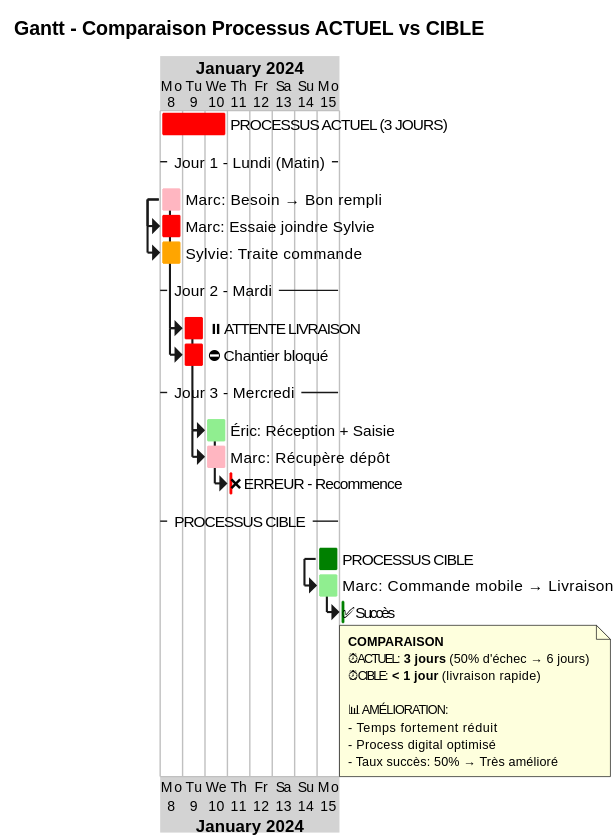
Earlier version of the PlantUML export Dossier_Travail/Services/Achats-Logistique/uml/svg/Gantt_Comparaison_Actuel_Cible.svg (JordanSerafini/Audit_Duret).
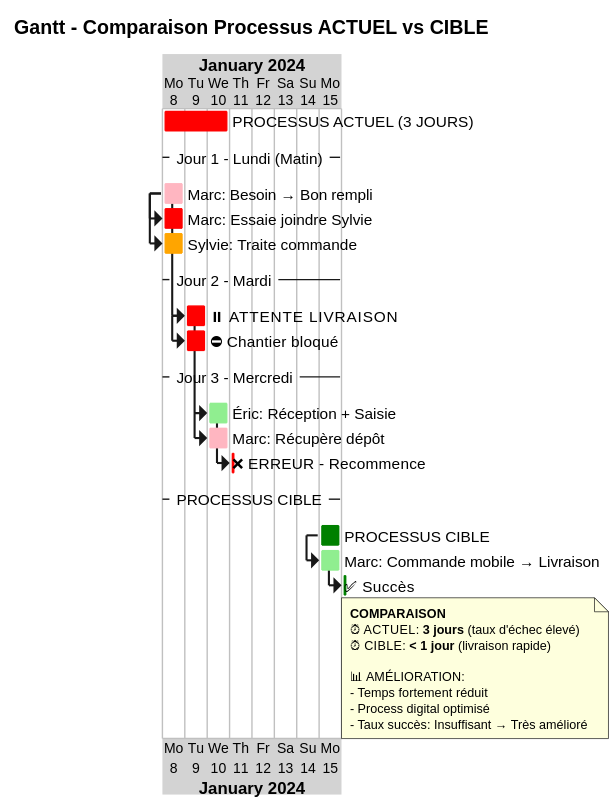
Later version of the same file.

Diff of the diagram source:
```diff
@@ -38,13 +38,13 @@
 
 note bottom
   **COMPARAISON**
-  ⏰ ACTUEL: **3 jours** (50% d'échec → 6 jours)
+  ⏰ ACTUEL: **3 jours** (taux d'échec élevé)
   ⏰ CIBLE: **< 1 jour** (livraison rapide)
 
   📊 AMÉLIORATION:
   - Temps fortement réduit
   - Process digital optimisé
-  - Taux succès: 50% → Très amélioré
+  - Taux succès: Insuffisant → Très amélioré
 end note
 
 @endgantt
```
